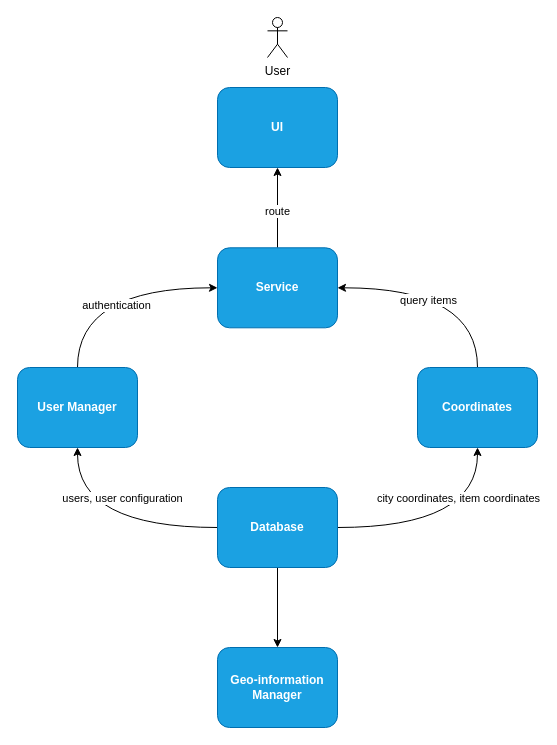
bojanmilevski/geomk keeps this draw.io diagram as diagrams/conceptual.drawio. Above is the earlier version. Source tidied: cells renumbered, new cells numbered last; positions are measured from the earlier drawing's top-left corner, leaving out a move shared by most shapes. Both pictures are drawn from the tidied source at 100%, with x=0, y=0 at pixel (17, 17).
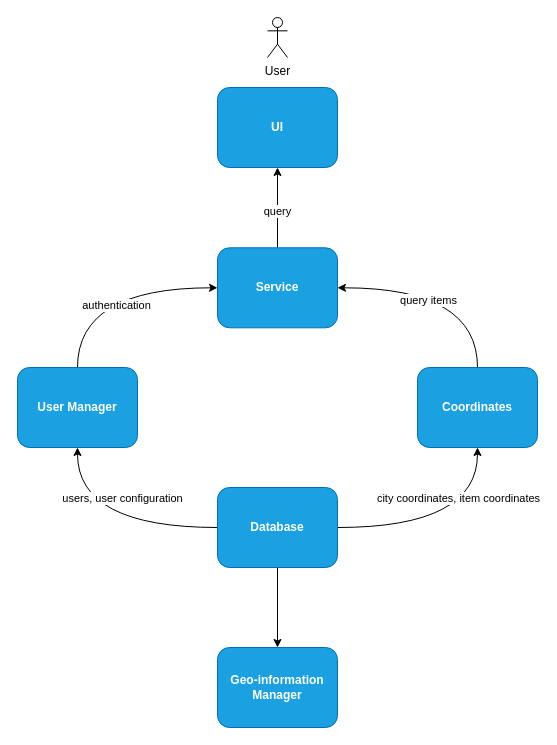
The same page after the edit.

Commit message (it also covers changes not shown here):
fix example video, update readme and conceptual diagram

Unchanged cells that the change refers to:
```xml
<mxCell id="4" style="edgeStyle=orthogonalEdgeStyle;rounded=0;jettySize=auto;html=1;" parent="1" edge="1" source="6" target="3">
  <mxGeometry relative="1" as="geometry" />
</mxCell>
```

What changed in the source:
```diff
@@
-    <mxCell id="5" value="route" style="edgeLabel;html=1;align=center;verticalAlign=middle;" parent="4" vertex="1">
+    <mxCell id="5" value="query" style="edgeLabel;html=1;align=center;verticalAlign=middle;" parent="4" vertex="1">
       <mxGeometry x="-0.07" y="1" relative="1" as="geometry" />
     </mxCell>
```
